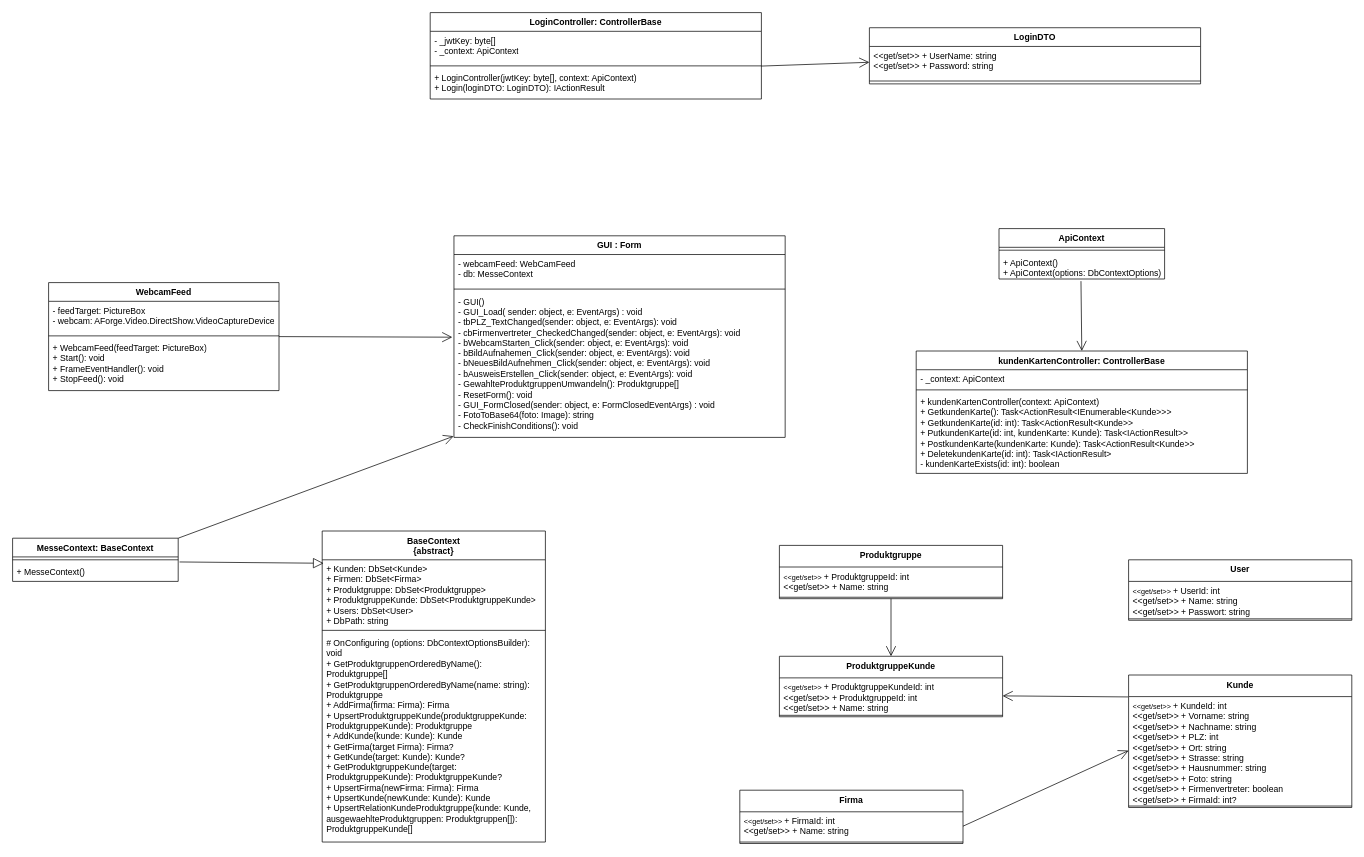
This is Dokumentation/UML.drawio from matthima/Projekt-Messe, a draw.io file, before an edit. Source tidied: cells renumbered, new cells numbered last; positions are measured from the earlier drawing's top-left corner, leaving out a move shared by most shapes. Both pictures are drawn from the tidied source at 72%, with x=0, y=0 at pixel (12, 12).
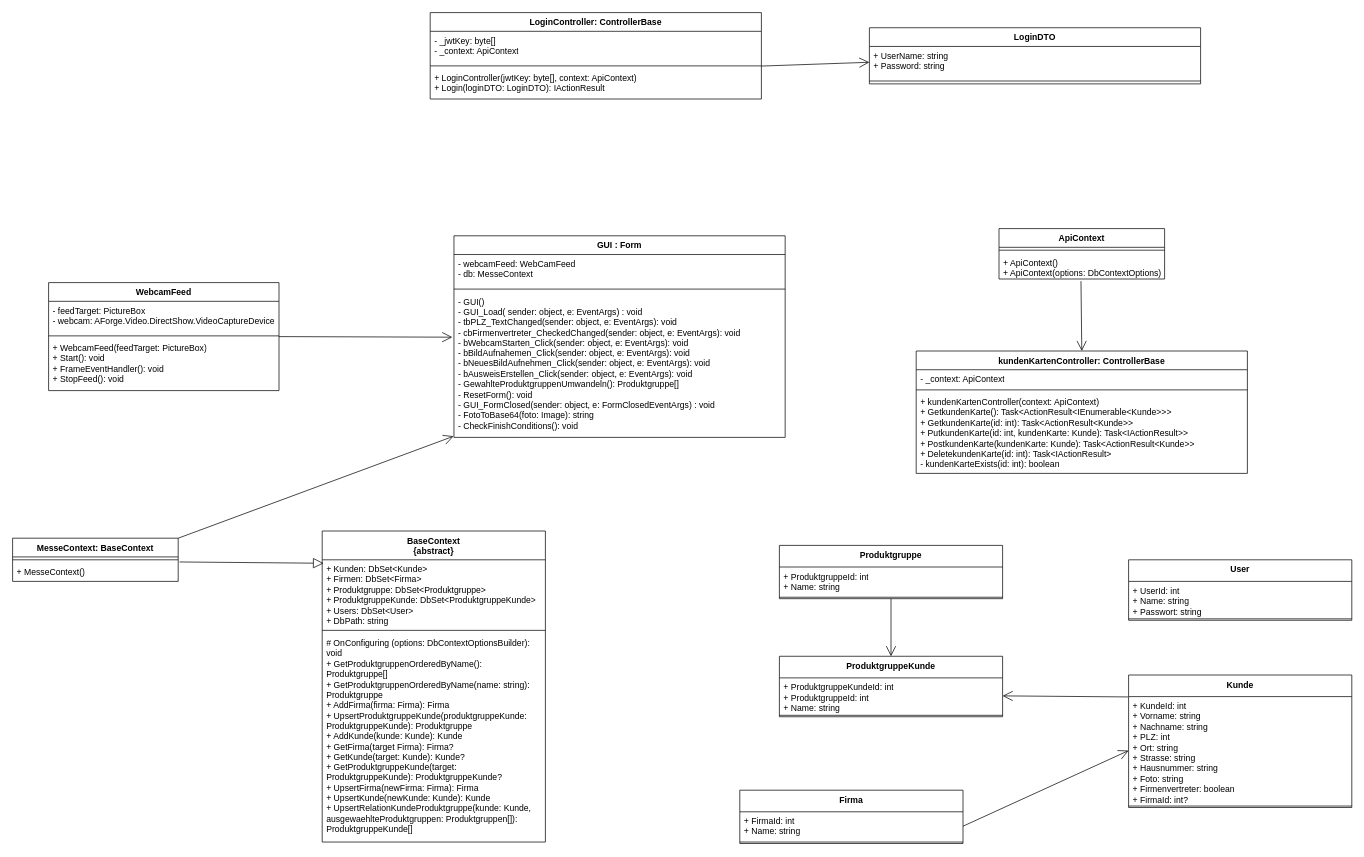
The same diagram, later.

Commit message:
Änderung des Klassendiagramms

The change refers to these unchanged cells:
```xml
<mxCell id="20" value="Firma" style="swimlane;fontStyle=1;align=center;verticalAlign=top;horizontal=1;startSize=30;whiteSpace=wrap;html=1;" parent="1" vertex="1">
  <mxGeometry x="1010" y="1080" width="310" height="74" as="geometry" />
</mxCell>
<mxCell id="23" value="Kunde" style="swimlane;fontStyle=1;align=center;verticalAlign=top;horizontal=1;startSize=30;whiteSpace=wrap;html=1;" parent="1" vertex="1">
  <mxGeometry x="1550" y="920" width="310" height="184" as="geometry" />
</mxCell>
<mxCell id="26" value="Produktgruppe" style="swimlane;fontStyle=1;align=center;verticalAlign=top;horizontal=1;startSize=30;whiteSpace=wrap;html=1;" parent="1" vertex="1">
  <mxGeometry x="1065" y="740" width="310" height="74" as="geometry" />
</mxCell>
<mxCell id="29" value="ProduktgruppeKunde" style="swimlane;fontStyle=1;align=center;verticalAlign=top;horizontal=1;startSize=30;whiteSpace=wrap;html=1;" parent="1" vertex="1">
  <mxGeometry x="1065" y="894" width="310" height="84" as="geometry" />
</mxCell>
<mxCell id="32" value="User" style="swimlane;fontStyle=1;align=center;verticalAlign=top;horizontal=1;startSize=30;whiteSpace=wrap;html=1;" parent="1" vertex="1">
  <mxGeometry x="1550" y="760" width="310" height="84" as="geometry" />
</mxCell>
<mxCell id="43" value="LoginDTO" style="swimlane;fontStyle=1;align=center;verticalAlign=top;horizontal=1;startSize=26;whiteSpace=wrap;html=1;" parent="1" vertex="1">
  <mxGeometry x="1190" y="21" width="460" height="78" as="geometry" />
</mxCell>
```

Change to the diagram source:
```diff
@@
-    <mxCell id="21" value="&lt;span style=&quot;font-size: 10px;&quot;&gt;&amp;lt;&amp;lt;get/set&amp;gt;&amp;gt;&amp;nbsp;&lt;/span&gt;+ FirmaId: int&lt;br&gt;&amp;lt;&amp;lt;get/set&amp;gt;&amp;gt;&amp;nbsp;+ Name: string" style="text;strokeColor=none;fillColor=none;align=left;verticalAlign=top;spacingLeft=4;spacingRight=4;overflow=hidden;points=[[0,0.5],[1,0.5]];portConstraint=eastwest;whiteSpace=wrap;html=1;" parent="20" vertex="1">
+    <mxCell id="21" value="+ FirmaId: int&lt;br&gt;+ Name: string" style="text;strokeColor=none;fillColor=none;align=left;verticalAlign=top;spacingLeft=4;spacingRight=4;overflow=hidden;points=[[0,0.5],[1,0.5]];portConstraint=eastwest;whiteSpace=wrap;html=1;" parent="20" vertex="1">
       <mxGeometry y="30" width="310" height="40" as="geometry" />
     </mxCell>
@@
-    <mxCell id="24" value="&lt;span style=&quot;font-size: 10px;&quot;&gt;&amp;lt;&amp;lt;get/set&amp;gt;&amp;gt;&amp;nbsp;&lt;/span&gt;+ KundeId: int&lt;br&gt;&amp;lt;&amp;lt;get/set&amp;gt;&amp;gt;&amp;nbsp;+ Vorname: string&lt;br&gt;&amp;lt;&amp;lt;get/set&amp;gt;&amp;gt;&amp;nbsp;+ Nachname: string&lt;br&gt;&amp;lt;&amp;lt;get/set&amp;gt;&amp;gt;&amp;nbsp;+ PLZ: int&lt;br&gt;&amp;lt;&amp;lt;get/set&amp;gt;&amp;gt;&amp;nbsp;+ Ort: string&lt;br&gt;&amp;lt;&amp;lt;get/set&amp;gt;&amp;gt;&amp;nbsp;+ Strasse: string&lt;br&gt;&amp;lt;&amp;lt;get/set&amp;gt;&amp;gt;&amp;nbsp;+ Hausnummer: string&lt;br&gt;&amp;lt;&amp;lt;get/set&amp;gt;&amp;gt;&amp;nbsp;+ Foto: string&lt;br&gt;&amp;lt;&amp;lt;get/set&amp;gt;&amp;gt;&amp;nbsp;+ Firmenvertreter: boolean&lt;br&gt;&amp;lt;&amp;lt;get/set&amp;gt;&amp;gt; + FirmaId: int?" style="text;strokeColor=none;fillColor=none;align=left;verticalAlign=top;spacingLeft=4;spacingRight=4;overflow=hidden;points=[[0,0.5],[1,0.5]];portConstraint=eastwest;whiteSpace=wrap;html=1;" parent="23" vertex="1">
+    <mxCell id="24" value="+ KundeId: int&lt;br&gt;+ Vorname: string&lt;br&gt;+ Nachname: string&lt;br&gt;+ PLZ: int&lt;br&gt;+ Ort: string&lt;br&gt;+ Strasse: string&lt;br&gt;+ Hausnummer: string&lt;br&gt;+ Foto: string&lt;br&gt;+ Firmenvertreter: boolean&lt;br&gt;+ FirmaId: int?" style="text;strokeColor=none;fillColor=none;align=left;verticalAlign=top;spacingLeft=4;spacingRight=4;overflow=hidden;points=[[0,0.5],[1,0.5]];portConstraint=eastwest;whiteSpace=wrap;html=1;" parent="23" vertex="1">
       <mxGeometry y="30" width="310" height="150" as="geometry" />
     </mxCell>
@@
-    <mxCell id="27" value="&lt;span style=&quot;font-size: 10px;&quot;&gt;&amp;lt;&amp;lt;get/set&amp;gt;&amp;gt;&amp;nbsp;&lt;/span&gt;+ ProduktgruppeId: int&lt;br&gt;&amp;lt;&amp;lt;get/set&amp;gt;&amp;gt;&amp;nbsp;+ Name: string" style="text;strokeColor=none;fillColor=none;align=left;verticalAlign=top;spacingLeft=4;spacingRight=4;overflow=hidden;whiteSpace=wrap;html=1;" parent="26" vertex="1">
+    <mxCell id="27" value="+ ProduktgruppeId: int&lt;br&gt;+ Name: string" style="text;strokeColor=none;fillColor=none;align=left;verticalAlign=top;spacingLeft=4;spacingRight=4;overflow=hidden;whiteSpace=wrap;html=1;" parent="26" vertex="1">
       <mxGeometry y="30" width="310" height="40" as="geometry" />
     </mxCell>
@@
-    <mxCell id="30" value="&lt;span style=&quot;font-size: 10px;&quot;&gt;&amp;lt;&amp;lt;get/set&amp;gt;&amp;gt;&amp;nbsp;&lt;/span&gt;+ ProduktgruppeKundeId: int&lt;br&gt;&amp;lt;&amp;lt;get/set&amp;gt;&amp;gt;&amp;nbsp;+ ProduktgruppeId: int&lt;br&gt;&amp;lt;&amp;lt;get/set&amp;gt;&amp;gt; + Name: string" style="text;strokeColor=none;fillColor=none;align=left;verticalAlign=top;spacingLeft=4;spacingRight=4;overflow=hidden;points=[[0,0.5],[1,0.5]];portConstraint=eastwest;whiteSpace=wrap;html=1;" parent="29" vertex="1">
+    <mxCell id="30" value="+ ProduktgruppeKundeId: int&lt;br&gt;+ ProduktgruppeId: int&lt;br&gt;+ Name: string" style="text;strokeColor=none;fillColor=none;align=left;verticalAlign=top;spacingLeft=4;spacingRight=4;overflow=hidden;points=[[0,0.5],[1,0.5]];portConstraint=eastwest;whiteSpace=wrap;html=1;" parent="29" vertex="1">
       <mxGeometry y="30" width="310" height="50" as="geometry" />
     </mxCell>
@@
-    <mxCell id="33" value="&lt;span style=&quot;font-size: 10px;&quot;&gt;&amp;lt;&amp;lt;get/set&amp;gt;&amp;gt;&amp;nbsp;&lt;/span&gt;+ UserId: int&lt;br&gt;&amp;lt;&amp;lt;get/set&amp;gt;&amp;gt;&amp;nbsp;+ Name: string&lt;br&gt;&amp;lt;&amp;lt;get/set&amp;gt;&amp;gt; + Passwort: string" style="text;strokeColor=none;fillColor=none;align=left;verticalAlign=top;spacingLeft=4;spacingRight=4;overflow=hidden;whiteSpace=wrap;html=1;" parent="32" vertex="1">
+    <mxCell id="33" value="+ UserId: int&lt;br&gt;+ Name: string&lt;br&gt;+ Passwort: string" style="text;strokeColor=none;fillColor=none;align=left;verticalAlign=top;spacingLeft=4;spacingRight=4;overflow=hidden;whiteSpace=wrap;html=1;" parent="32" vertex="1">
       <mxGeometry y="30" width="310" height="50" as="geometry" />
     </mxCell>
@@
-    <mxCell id="44" value="&amp;lt;&amp;lt;get/set&amp;gt;&amp;gt; + UserName: string&lt;br&gt;&amp;lt;&amp;lt;get/set&amp;gt;&amp;gt; + Password: string" style="text;strokeColor=none;fillColor=none;align=left;verticalAlign=top;spacingLeft=4;spacingRight=4;overflow=hidden;points=[[0,0.5],[1,0.5]];portConstraint=eastwest;whiteSpace=wrap;html=1;" parent="43" vertex="1">
+    <mxCell id="44" value="+ UserName: string&lt;br&gt;+ Password: string" style="text;strokeColor=none;fillColor=none;align=left;verticalAlign=top;spacingLeft=4;spacingRight=4;overflow=hidden;points=[[0,0.5],[1,0.5]];portConstraint=eastwest;whiteSpace=wrap;html=1;" parent="43" vertex="1">
       <mxGeometry y="26" width="460" height="44" as="geometry" />
     </mxCell>
```
